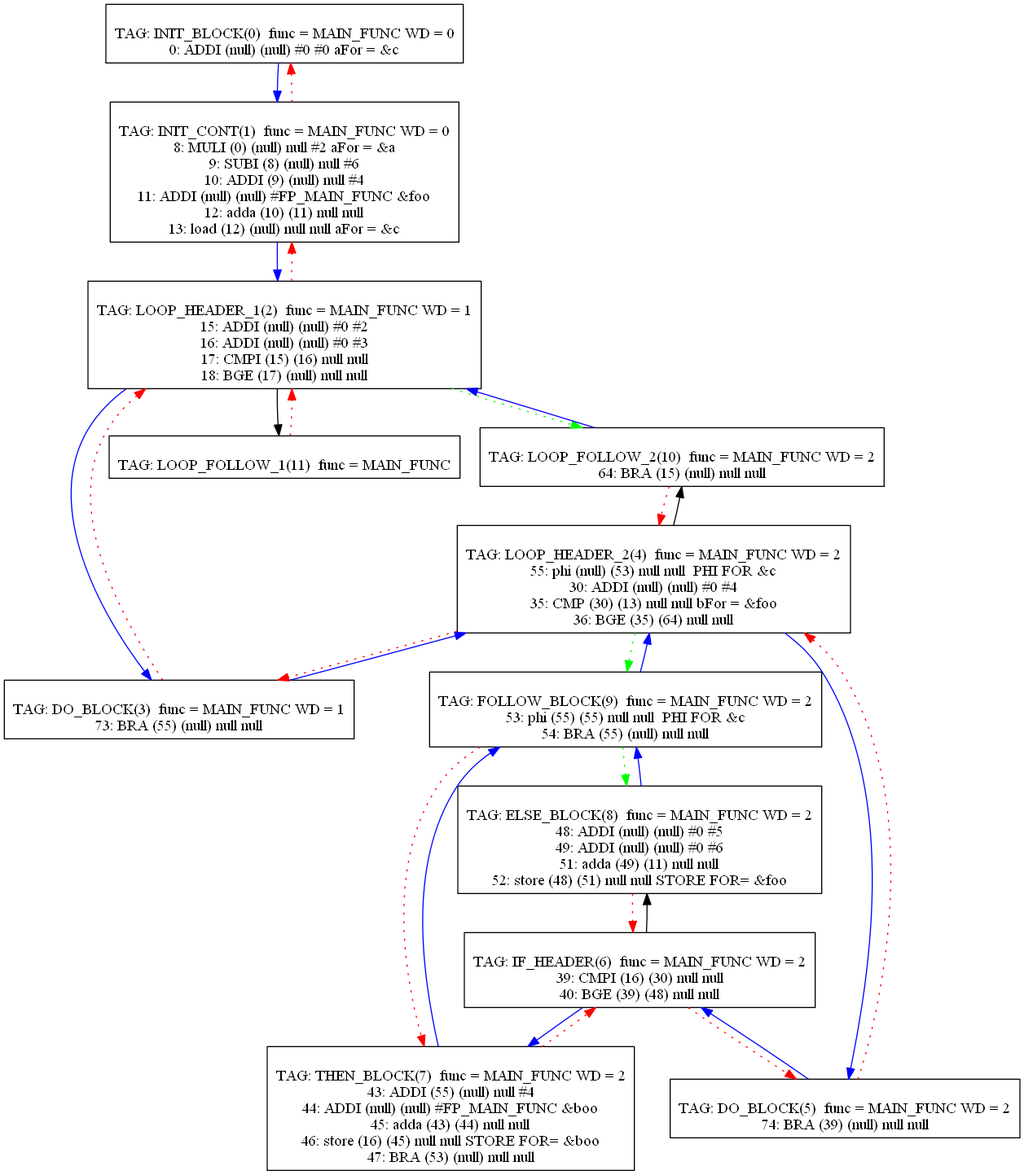
The Graphviz diagram Compiler/27graph.png in mbajaj92/Project-Astoria, before a commit. Its source is kept beside it as Compiler/27graph.dot. Source of this version:
```dot
digraph {
0[label="
TAG: INIT_BLOCK(0)  func = MAIN_FUNC WD = 0
0: ADDI (null) (null) #0 #0 aFor = &c
"];
0[shape=box];
0 -> 1[color=blue]
1[label="
TAG: INIT_CONT(1)  func = MAIN_FUNC WD = 0
8: MULI (0) (null) null #2 aFor = &a
9: SUBI (8) (null) null #6
10: ADDI (9) (null) null #4
11: ADDI (null) (null) #FP_MAIN_FUNC &foo
12: adda (10) (11) null null
13: load (12) (null) null null aFor = &c
"];
1[shape=box];
1 -> 2[color=blue]
1 -> 0[color=red][style=dotted]
2[label="
TAG: LOOP_HEADER_1(2)  func = MAIN_FUNC WD = 1
15: ADDI (null) (null) #0 #2
16: ADDI (null) (null) #0 #3
17: CMPI (15) (16) null null
18: BGE (17) (null) null null
"];
2[shape=box];
2 -> 3[color=blue]
2 -> 11[color=black]
2 -> 1[color=red][style=dotted]
2 -> 10[color=green][style=dotted]
3[label="
TAG: DO_BLOCK(3)  func = MAIN_FUNC WD = 1
73: BRA (55) (null) null null
"];
3[shape=box];
3 -> 4[color=blue]
3 -> 2[color=red][style=dotted]
4[label="
TAG: LOOP_HEADER_2(4)  func = MAIN_FUNC WD = 2
55: phi (null) (53) null null  PHI FOR &c
30: ADDI (null) (null) #0 #4
35: CMP (30) (13) null null bFor = &foo
36: BGE (35) (64) null null
"];
4[shape=box];
4 -> 5[color=blue]
4 -> 10[color=black]
4 -> 3[color=red][style=dotted]
4 -> 9[color=green][style=dotted]
5[label="
TAG: DO_BLOCK(5)  func = MAIN_FUNC WD = 2
74: BRA (39) (null) null null
"];
5[shape=box];
5 -> 6[color=blue]
5 -> 4[color=red][style=dotted]
6[label="
TAG: IF_HEADER(6)  func = MAIN_FUNC WD = 2
39: CMPI (16) (30) null null
40: BGE (39) (48) null null
"];
6[shape=box];
6 -> 7[color=blue]
6 -> 8[color=black]
6 -> 5[color=red][style=dotted]
7[label="
TAG: THEN_BLOCK(7)  func = MAIN_FUNC WD = 2
43: ADDI (55) (null) null #4
44: ADDI (null) (null) #FP_MAIN_FUNC &boo
45: adda (43) (44) null null
46: store (16) (45) null null STORE FOR= &boo
47: BRA (53) (null) null null
"];
7[shape=box];
7 -> 9[color=blue]
7 -> 6[color=red][style=dotted]
8[label="
TAG: ELSE_BLOCK(8)  func = MAIN_FUNC WD = 2
48: ADDI (null) (null) #0 #5
49: ADDI (null) (null) #0 #6
51: adda (49) (11) null null
52: store (48) (51) null null STORE FOR= &foo
"];
8[shape=box];
8 -> 9[color=blue]
8 -> 6[color=red][style=dotted]
9[label="
TAG: FOLLOW_BLOCK(9)  func = MAIN_FUNC WD = 2
53: phi (55) (55) null null  PHI FOR &c
54: BRA (55) (null) null null
"];
9[shape=box];
9 -> 4[color=blue]
9 -> 7[color=red][style=dotted]
9 -> 8[color=green][style=dotted]
10[label="
TAG: LOOP_FOLLOW_2(10)  func = MAIN_FUNC WD = 2
64: BRA (15) (null) null null
"];
10[shape=box];
10 -> 2[color=blue]
10 -> 4[color=red][style=dotted]
11[label="
TAG: LOOP_FOLLOW_1(11)  func = MAIN_FUNC
"];
11[shape=box];
11 -> 2[color=red][style=dotted]
}
```
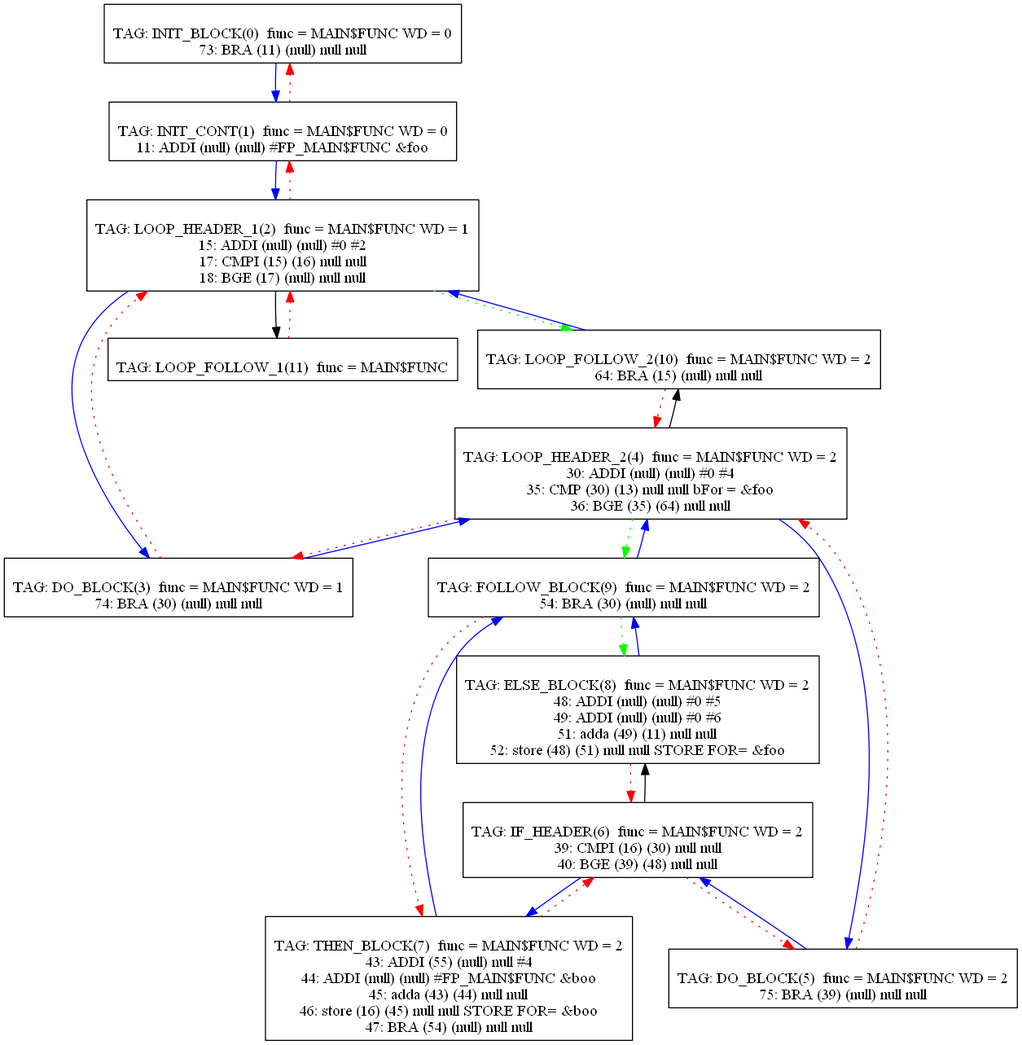
The same diagram one commit later.

What changed in the source:
```diff
@@ -1,26 +1,20 @@
 digraph {
 0[label="
-TAG: INIT_BLOCK(0)  func = MAIN_FUNC WD = 0
-0: ADDI (null) (null) #0 #0 aFor = &c
+TAG: INIT_BLOCK(0)  func = MAIN$FUNC WD = 0
+73: BRA (11) (null) null null
 "];
 0[shape=box];
 0 -> 1[color=blue]
 1[label="
-TAG: INIT_CONT(1)  func = MAIN_FUNC WD = 0
-8: MULI (0) (null) null #2 aFor = &a
-9: SUBI (8) (null) null #6
-10: ADDI (9) (null) null #4
-11: ADDI (null) (null) #FP_MAIN_FUNC &foo
-12: adda (10) (11) null null
-13: load (12) (null) null null aFor = &c
+TAG: INIT_CONT(1)  func = MAIN$FUNC WD = 0
+11: ADDI (null) (null) #FP_MAIN$FUNC &foo
 "];
 1[shape=box];
 1 -> 2[color=blue]
 1 -> 0[color=red][style=dotted]
 2[label="
-TAG: LOOP_HEADER_1(2)  func = MAIN_FUNC WD = 1
+TAG: LOOP_HEADER_1(2)  func = MAIN$FUNC WD = 1
 15: ADDI (null) (null) #0 #2
-16: ADDI (null) (null) #0 #3
 17: CMPI (15) (16) null null
 18: BGE (17) (null) null null
 "];
@@ -30,15 +24,14 @@
 2 -> 1[color=red][style=dotted]
 2 -> 10[color=green][style=dotted]
 3[label="
-TAG: DO_BLOCK(3)  func = MAIN_FUNC WD = 1
-73: BRA (55) (null) null null
+TAG: DO_BLOCK(3)  func = MAIN$FUNC WD = 1
+74: BRA (30) (null) null null
 "];
 3[shape=box];
 3 -> 4[color=blue]
 3 -> 2[color=red][style=dotted]
 4[label="
-TAG: LOOP_HEADER_2(4)  func = MAIN_FUNC WD = 2
-55: phi (null) (53) null null  PHI FOR &c
+TAG: LOOP_HEADER_2(4)  func = MAIN$FUNC WD = 2
 30: ADDI (null) (null) #0 #4
 35: CMP (30) (13) null null bFor = &foo
 36: BGE (35) (64) null null
@@ -49,14 +42,14 @@
 4 -> 3[color=red][style=dotted]
 4 -> 9[color=green][style=dotted]
 5[label="
-TAG: DO_BLOCK(5)  func = MAIN_FUNC WD = 2
-74: BRA (39) (null) null null
+TAG: DO_BLOCK(5)  func = MAIN$FUNC WD = 2
+75: BRA (39) (null) null null
 "];
 5[shape=box];
 5 -> 6[color=blue]
 5 -> 4[color=red][style=dotted]
 6[label="
-TAG: IF_HEADER(6)  func = MAIN_FUNC WD = 2
+TAG: IF_HEADER(6)  func = MAIN$FUNC WD = 2
 39: CMPI (16) (30) null null
 40: BGE (39) (48) null null
 "];
@@ -65,18 +58,18 @@
 6 -> 8[color=black]
 6 -> 5[color=red][style=dotted]
 7[label="
-TAG: THEN_BLOCK(7)  func = MAIN_FUNC WD = 2
+TAG: THEN_BLOCK(7)  func = MAIN$FUNC WD = 2
 43: ADDI (55) (null) null #4
-44: ADDI (null) (null) #FP_MAIN_FUNC &boo
+44: ADDI (null) (null) #FP_MAIN$FUNC &boo
 45: adda (43) (44) null null
 46: store (16) (45) null null STORE FOR= &boo
-47: BRA (53) (null) null null
+47: BRA (54) (null) null null
 "];
 7[shape=box];
 7 -> 9[color=blue]
 7 -> 6[color=red][style=dotted]
 8[label="
-TAG: ELSE_BLOCK(8)  func = MAIN_FUNC WD = 2
+TAG: ELSE_BLOCK(8)  func = MAIN$FUNC WD = 2
 48: ADDI (null) (null) #0 #5
 49: ADDI (null) (null) #0 #6
 51: adda (49) (11) null null
@@ -86,23 +79,22 @@
 8 -> 9[color=blue]
 8 -> 6[color=red][style=dotted]
 9[label="
-TAG: FOLLOW_BLOCK(9)  func = MAIN_FUNC WD = 2
-53: phi (55) (55) null null  PHI FOR &c
-54: BRA (55) (null) null null
+TAG: FOLLOW_BLOCK(9)  func = MAIN$FUNC WD = 2
+54: BRA (30) (null) null null
 "];
 9[shape=box];
 9 -> 4[color=blue]
 9 -> 7[color=red][style=dotted]
 9 -> 8[color=green][style=dotted]
 10[label="
-TAG: LOOP_FOLLOW_2(10)  func = MAIN_FUNC WD = 2
+TAG: LOOP_FOLLOW_2(10)  func = MAIN$FUNC WD = 2
 64: BRA (15) (null) null null
 "];
 10[shape=box];
 10 -> 2[color=blue]
 10 -> 4[color=red][style=dotted]
 11[label="
-TAG: LOOP_FOLLOW_1(11)  func = MAIN_FUNC
+TAG: LOOP_FOLLOW_1(11)  func = MAIN$FUNC
 "];
 11[shape=box];
 11 -> 2[color=red][style=dotted]
```
